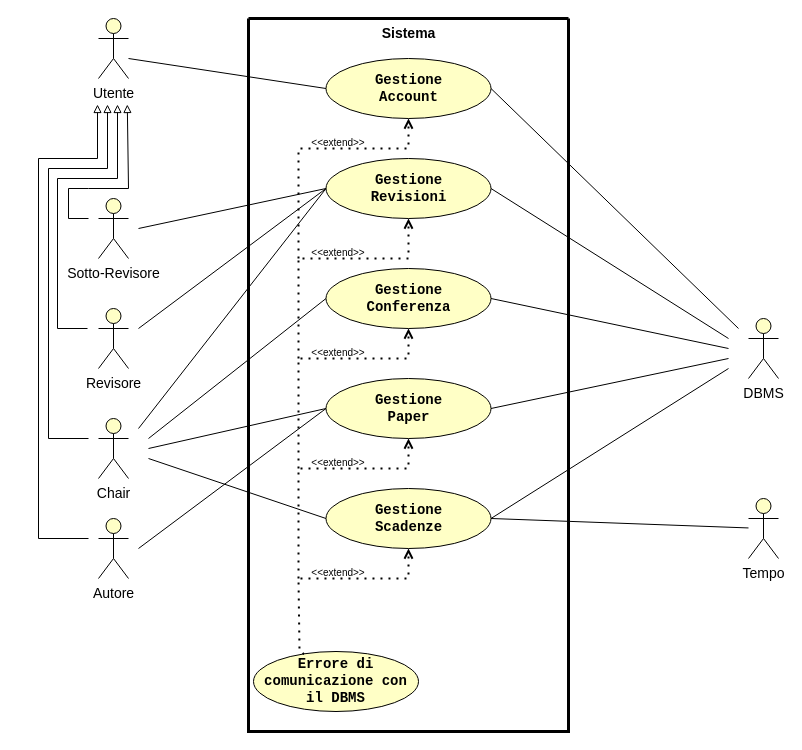
Earlier version of the draw.io diagram RAD/raw/VistaInsieme.drawio (Gabro29/IngegneriaSoftware). Source tidied: cells renumbered, new cells numbered last; positions are measured from the earlier drawing's top-left corner, leaving out a move shared by most shapes. Both pictures are drawn from the tidied source at 100%, with x=0, y=0 at pixel (38, 18).
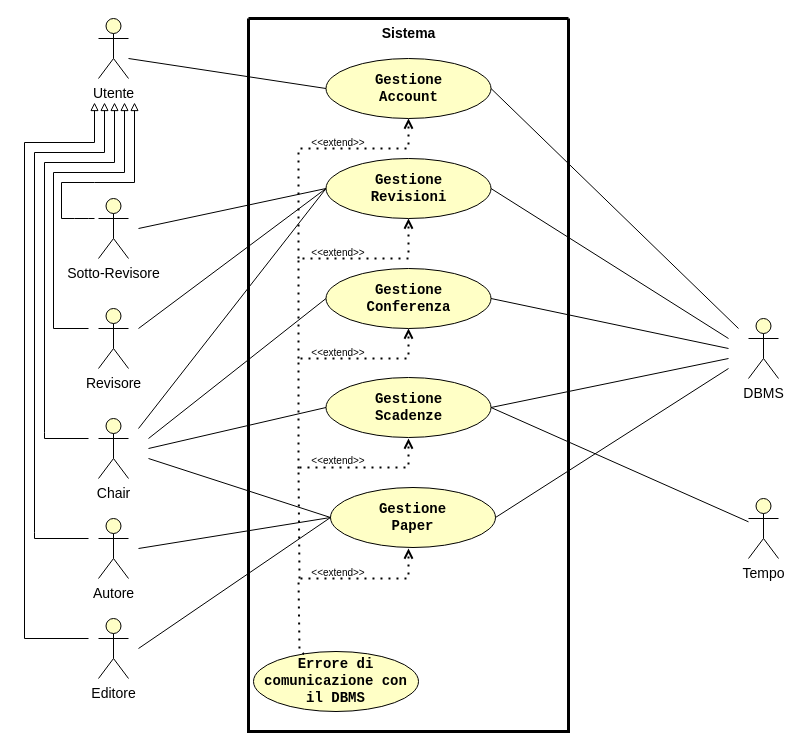
The same diagram, later.

Unchanged cells that the change refers to:
```xml
<mxCell id="8" value="&lt;font style=&quot;color: light-dark(rgb(0, 0, 0), rgb(0, 0, 0));&quot; face=&quot;Courier New&quot;&gt;&lt;span style=&quot;font-size: 14px;&quot;&gt;&lt;b style=&quot;&quot;&gt;Errore di comunicazione con il DBMS&lt;/b&gt;&lt;/span&gt;&lt;/font&gt;" style="ellipse;whiteSpace=wrap;html=1;fillColor=light-dark(#FFFFC6,#FDF89C);strokeColor=light-dark(#000000,#000000);" parent="2" vertex="1">
  <mxGeometry x="5" y="633" width="165" height="60" as="geometry" />
</mxCell>
```

The edit, as a diff of the source:
```diff
@@
-    <mxCell id="2" style="swimlane;startSize=0;swimlaneFillColor=none;strokeWidth=3;strokeColor=light-dark(#000000,#000000);labelBackgroundColor=none;fontColor=light-dark(#000000,#000000);" parent="1" vertex="1">
+    <mxCell id="2" style="swimlane;startSize=0;swimlaneFillColor=none;strokeWidth=3;strokeColor=light-dark(#000000,#000000);labelBackgroundColor=none;fontColor=light-dark(#000000,#000000);fillColor=default;" parent="1" vertex="1">
       <mxGeometry x="210" width="320" height="713" as="geometry" />
     </mxCell>
@@
     <mxCell id="6" value="&lt;font face=&quot;Courier New&quot; style=&quot;color: light-dark(rgb(0, 0, 0), rgb(0, 0, 0)); font-size: 14px;&quot;&gt;&lt;b&gt;Gestione&lt;/b&gt;&lt;/font&gt;&lt;div&gt;&lt;span style=&quot;font-family: &amp;quot;Courier New&amp;quot;;&quot;&gt;&lt;font style=&quot;color: light-dark(rgb(0, 0, 0), rgb(0, 0, 0)); font-size: 14px;&quot;&gt;&lt;b&gt;Paper&lt;/b&gt;&lt;/font&gt;&lt;/span&gt;&lt;/div&gt;" style="ellipse;whiteSpace=wrap;html=1;fillColor=light-dark(#FFFFC6,#FDF89C);strokeColor=light-dark(#000000,#000000);" parent="2" vertex="1">
-      <mxGeometry x="77.5" y="360" width="165" height="60" as="geometry" />
+      <mxGeometry x="82" y="469" width="165" height="60" as="geometry" />
     </mxCell>
     <mxCell id="7" value="&lt;font face=&quot;Courier New&quot; style=&quot;color: light-dark(rgb(0, 0, 0), rgb(0, 0, 0)); font-size: 14px;&quot;&gt;&lt;b&gt;Gestione&lt;/b&gt;&lt;/font&gt;&lt;div&gt;&lt;font face=&quot;Courier New&quot; style=&quot;color: light-dark(rgb(0, 0, 0), rgb(0, 0, 0)); font-size: 14px;&quot;&gt;&lt;b&gt;Scadenze&lt;/b&gt;&lt;/font&gt;&lt;/div&gt;" style="ellipse;whiteSpace=wrap;html=1;fillColor=light-dark(#FFFFC6,#FDF89C);strokeColor=light-dark(#000000,#000000);" parent="2" vertex="1">
-      <mxGeometry x="77.5" y="470" width="165" height="60" as="geometry" />
+      <mxGeometry x="77.5" y="359" width="165" height="60" as="geometry" />
     </mxCell>
@@
-    <mxCell id="9" value="&lt;font style=&quot;color: light-dark(rgb(0, 0, 0), rgb(0, 0, 0)); font-size: 14px;&quot;&gt;&lt;b&gt;Si&lt;/b&gt;&lt;/font&gt;&lt;b style=&quot;font-size: 14px;&quot;&gt;stema&lt;/b&gt;" style="text;html=1;align=center;verticalAlign=middle;strokeColor=none;fillColor=none;" parent="2" vertex="1">
-      <mxGeometry x="124" y="1" width="72" height="28" as="geometry" />
+    <mxCell id="9" value="&lt;font style=&quot;color: light-dark(rgb(0, 0, 0), rgb(0, 0, 0));&quot;&gt;&lt;font style=&quot;font-size: 14px;&quot;&gt;&lt;b style=&quot;&quot;&gt;Si&lt;/b&gt;&lt;/font&gt;&lt;b style=&quot;font-size: 14px;&quot;&gt;stema&lt;/b&gt;&lt;/font&gt;" style="text;html=1;align=center;verticalAlign=middle;strokeColor=none;fillColor=none;" parent="2" vertex="1">
+      <mxGeometry x="120" width="80" height="30" as="geometry" />
     </mxCell>
@@
-    <mxCell id="13" style="endArrow=open;dashed=1;html=1;dashPattern=1 3;strokeWidth=2;rounded=0;strokeColor=light-dark(#000000,#000000);endFill=0;entryX=0.5;entryY=1;entryDx=0;entryDy=0;exitX=0.307;exitY=0.047;exitDx=0;exitDy=0;exitPerimeter=0;" parent="2" edge="1" source="8" target="7">
+    <mxCell id="13" style="endArrow=open;dashed=1;html=1;dashPattern=1 3;strokeWidth=2;rounded=0;strokeColor=light-dark(#000000,#000000);endFill=0;exitX=0.307;exitY=0.047;exitDx=0;exitDy=0;exitPerimeter=0;" parent="2" edge="1" source="8">
       <mxGeometry relative="1" as="geometry">
+        <mxPoint x="160" y="530" as="targetPoint" />
         <Array as="points">
           <mxPoint x="51" y="632" />
           <mxPoint x="50" y="560" />
           <mxPoint x="160" y="560" />
         </Array>
       </mxGeometry>
     </mxCell>
@@
+    <mxCell id="45" style="endArrow=open;dashed=1;html=1;dashPattern=1 3;strokeWidth=2;rounded=0;strokeColor=light-dark(#000000,#000000);endFill=0;" parent="2" edge="1">
+      <mxGeometry relative="1" as="geometry">
+        <mxPoint x="51" y="560" as="sourcePoint" />
+        <mxPoint x="160" y="420" as="targetPoint" />
+        <Array as="points">
+          <mxPoint x="50" y="449" />
+          <mxPoint x="160" y="449" />
+        </Array>
+      </mxGeometry>
+    </mxCell>
     <mxCell id="15" style="edgeStyle=orthogonalEdgeStyle;rounded=0;orthogonalLoop=1;jettySize=auto;html=1;endArrow=block;endFill=0;strokeColor=light-dark(#000000,#000000);strokeWidth=1;" parent="1" edge="1">
       <mxGeometry relative="1" as="geometry">
-        <mxPoint x="49" y="310" as="sourcePoint" />
-        <mxPoint x="79" y="86" as="targetPoint" />
+        <mxPoint x="50" y="310" as="sourcePoint" />
+        <mxPoint x="86" y="84" as="targetPoint" />
         <Array as="points">
-          <mxPoint x="19" y="310" />
-          <mxPoint x="19" y="160" />
-          <mxPoint x="79" y="160" />
+          <mxPoint x="15" y="310" />
+          <mxPoint x="15" y="154" />
+          <mxPoint x="86" y="154" />
         </Array>
       </mxGeometry>
     </mxCell>
@@
     <mxCell id="25" style="rounded=0;jettySize=auto;html=1;strokeColor=light-dark(#000000,#000000);endArrow=none;startFill=0;entryX=0;entryY=0.5;entryDx=0;entryDy=0;" parent="1" edge="1" target="6">
       <mxGeometry relative="1" as="geometry">
-        <mxPoint x="110" y="430" as="sourcePoint" />
+        <mxPoint x="110" y="440" as="sourcePoint" />
       </mxGeometry>
     </mxCell>
@@
     <mxCell id="28" style="rounded=0;jettySize=auto;html=1;strokeColor=light-dark(#000000,#000000);endArrow=none;startFill=0;entryX=0;entryY=0.5;entryDx=0;entryDy=0;" parent="1" edge="1" target="7">
       <mxGeometry relative="1" as="geometry">
-        <mxPoint x="110" y="440" as="sourcePoint" />
+        <mxPoint x="110" y="430" as="sourcePoint" />
       </mxGeometry>
     </mxCell>
@@
-    <mxCell id="30" value="&lt;font style=&quot;color: light-dark(rgb(0, 0, 0), rgb(0, 0, 0)); font-size: 14px;&quot;&gt;Tempo&lt;/font&gt;" style="shape=umlActor;verticalLabelPosition=bottom;verticalAlign=top;html=1;outlineConnect=0;strokeColor=light-dark(#000000,#000000);fillColor=#FFFFC6;" parent="1" vertex="1">
+    <mxCell id="30" value="&lt;font style=&quot;color: light-dark(rgb(0, 0, 0), rgb(0, 0, 0)); font-size: 14px;&quot;&gt;Tempo&lt;/font&gt;" style="shape=umlActor;verticalLabelPosition=bottom;verticalAlign=top;html=1;outlineConnect=0;strokeColor=light-dark(#000000,#000000);fillColor=light-dark(#FFFFC6,#FDF89C);" parent="1" vertex="1">
       <mxGeometry x="710" y="480" width="30" height="60" as="geometry" />
     </mxCell>
@@
     <mxCell id="34" style="rounded=0;jettySize=auto;html=1;strokeColor=light-dark(#000000,#000000);endArrow=none;startFill=0;exitX=1;exitY=0.5;exitDx=0;exitDy=0;" parent="1" edge="1" source="6">
       <mxGeometry relative="1" as="geometry">
-        <mxPoint x="690" y="340" as="targetPoint" />
+        <mxPoint x="690" y="350" as="targetPoint" />
       </mxGeometry>
     </mxCell>
     <mxCell id="35" style="rounded=0;jettySize=auto;html=1;strokeColor=light-dark(#000000,#000000);endArrow=none;startFill=0;exitX=1;exitY=0.5;exitDx=0;exitDy=0;" parent="1" edge="1" source="7">
       <mxGeometry relative="1" as="geometry">
-        <mxPoint x="690" y="350" as="targetPoint" />
+        <mxPoint x="690" y="340" as="targetPoint" />
       </mxGeometry>
     </mxCell>
@@
     <mxCell id="37" style="edgeStyle=orthogonalEdgeStyle;rounded=0;orthogonalLoop=1;jettySize=auto;html=1;endArrow=block;endFill=0;strokeColor=light-dark(#000000,#000000);" parent="1" edge="1">
       <mxGeometry relative="1" as="geometry">
         <mxPoint x="50" y="420" as="sourcePoint" />
-        <mxPoint x="69" y="86" as="targetPoint" />
+        <mxPoint x="76" y="84" as="targetPoint" />
         <Array as="points">
-          <mxPoint x="10" y="420" />
-          <mxPoint x="10" y="150" />
-          <mxPoint x="69" y="150" />
+          <mxPoint x="6" y="414" />
+          <mxPoint x="6" y="144" />
+          <mxPoint x="76" y="144" />
+          <mxPoint x="76" y="94" />
         </Array>
       </mxGeometry>
     </mxCell>
     <mxCell id="38" style="edgeStyle=orthogonalEdgeStyle;rounded=0;orthogonalLoop=1;jettySize=auto;html=1;endArrow=block;endFill=0;strokeColor=light-dark(#000000,#000000);" parent="1" edge="1">
       <mxGeometry relative="1" as="geometry">
         <mxPoint x="50" y="520" as="sourcePoint" />
-        <mxPoint x="59" y="86" as="targetPoint" />
+        <mxPoint x="66" y="84" as="targetPoint" />
         <Array as="points">
-          <mxPoint y="520" />
-          <mxPoint y="140" />
-          <mxPoint x="59" y="140" />
+          <mxPoint x="-4" y="514" />
+          <mxPoint x="-4" y="134" />
+          <mxPoint x="66" y="134" />
+          <mxPoint x="66" y="94" />
         </Array>
       </mxGeometry>
     </mxCell>
     <mxCell id="39" style="endArrow=block;html=1;rounded=0;strokeColor=light-dark(#000000,#000000);endFill=0;strokeWidth=1;startSize=6;jumpSize=6;targetPerimeterSpacing=0;endSize=6;" parent="1" edge="1">
       <mxGeometry relative="1" as="geometry">
-        <mxPoint x="50" y="200" as="sourcePoint" />
-        <mxPoint x="88.8" y="86" as="targetPoint" />
+        <mxPoint x="56" y="200" as="sourcePoint" />
+        <mxPoint x="96" y="84" as="targetPoint" />
         <Array as="points">
+          <mxPoint x="56" y="200" />
           <mxPoint x="50" y="200" />
-          <mxPoint x="30" y="200" />
-          <mxPoint x="30" y="170" />
-          <mxPoint x="50" y="170" />
-          <mxPoint x="90" y="170" />
+          <mxPoint x="36" y="200" />
+          <mxPoint x="23" y="200" />
+          <mxPoint x="23" y="164" />
+          <mxPoint x="56" y="164" />
+          <mxPoint x="96" y="164" />
         </Array>
       </mxGeometry>
     </mxCell>
-    <mxCell id="40" style="endArrow=open;dashed=1;html=1;dashPattern=1 3;strokeWidth=2;rounded=0;strokeColor=light-dark(#000000,#000000);endFill=0;entryX=0.5;entryY=1;entryDx=0;entryDy=0;" parent="1" edge="1" target="6">
-      <mxGeometry relative="1" as="geometry">
-        <mxPoint x="260" y="560" as="sourcePoint" />
-        <Array as="points">
-          <mxPoint x="260" y="450" />
-          <mxPoint x="370" y="450" />
-        </Array>
-      </mxGeometry>
-    </mxCell>
     <mxCell id="41" value="&lt;font style=&quot;color: light-dark(rgb(0, 0, 0), rgb(0, 0, 0)); font-size: 10px;&quot;&gt;&amp;lt;&amp;lt;extend&amp;gt;&amp;gt;&lt;/font&gt;" style="text;html=1;align=center;verticalAlign=middle;whiteSpace=wrap;rounded=0;" parent="1" vertex="1">
-      <mxGeometry x="269.5" y="439" width="60" height="10" as="geometry" />
+      <mxGeometry x="269.5" y="437" width="60" height="10" as="geometry" />
     </mxCell>
@@
+    <mxCell id="46" value="&lt;font face=&quot;Helvetica&quot; style=&quot;color: light-dark(rgb(0, 0, 0), rgb(0, 0, 0)); font-size: 14px;&quot;&gt;Editore&lt;/font&gt;" style="shape=umlActor;verticalLabelPosition=bottom;verticalAlign=top;html=1;strokeColor=light-dark(#000000,#000000);fillColor=light-dark(#FFFFC6,#FDF89C);" parent="1" vertex="1">
+      <mxGeometry x="60" y="600" width="30" height="60" as="geometry" />
+    </mxCell>
+    <mxCell id="47" style="rounded=0;jettySize=auto;html=1;strokeColor=light-dark(#000000,#000000);endArrow=none;startFill=0;entryX=0;entryY=0.5;entryDx=0;entryDy=0;" parent="1" edge="1" target="6">
+      <mxGeometry relative="1" as="geometry">
+        <mxPoint x="100" y="630" as="sourcePoint" />
+      </mxGeometry>
+    </mxCell>
+    <mxCell id="48" style="edgeStyle=orthogonalEdgeStyle;rounded=0;orthogonalLoop=1;jettySize=auto;html=1;endArrow=block;endFill=0;strokeColor=light-dark(#000000,#000000);" parent="1" edge="1">
+      <mxGeometry relative="1" as="geometry">
+        <mxPoint x="50" y="620" as="sourcePoint" />
+        <mxPoint x="56" y="84" as="targetPoint" />
+        <Array as="points">
+          <mxPoint x="-14" y="620" />
+          <mxPoint x="-14" y="124" />
+          <mxPoint x="56" y="124" />
+        </Array>
+      </mxGeometry>
+    </mxCell>
```
